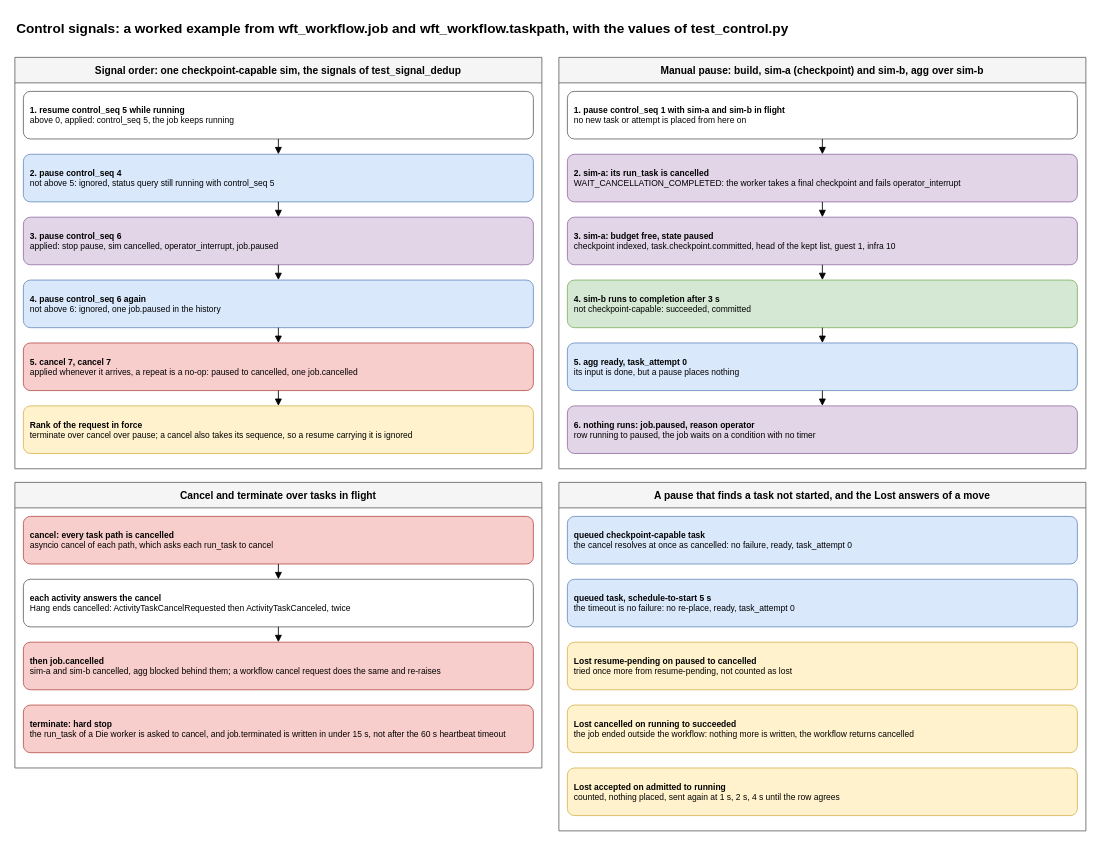
The draw.io diagram packages/workflow/control-signals.drawio in AndoNorth/disyard, before the edit. Source tidied: cells renumbered, new cells numbered last; positions are measured from the earlier drawing's top-left corner, leaving out a move shared by most shapes. Both pictures are drawn from the tidied source at 85%, with x=0, y=0 at pixel (14, 14).
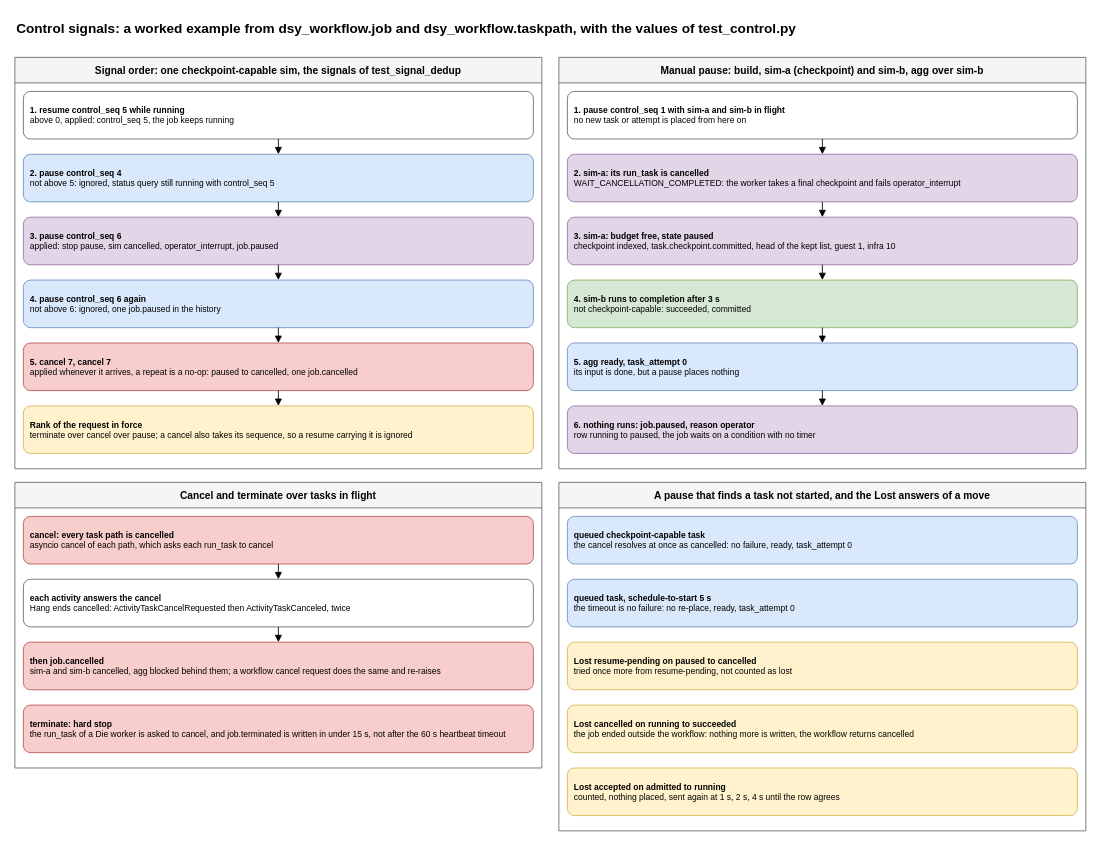
The same diagram, later.

The edit, as a diff of the source:
```diff
@@
-    <mxCell id="2" value="Control signals: a worked example from wft_workflow.job and wft_workflow.taskpath, with the values of test_control.py" style="text;html=1;fontSize=16;fontStyle=1;align=left;" parent="1" vertex="1">
+    <mxCell id="2" value="Control signals: a worked example from dsy_workflow.job and dsy_workflow.taskpath, with the values of test_control.py" style="text;html=1;fontSize=16;fontStyle=1;align=left;" parent="1" vertex="1">
       <mxGeometry width="1260" height="30" as="geometry" />
     </mxCell>
```
